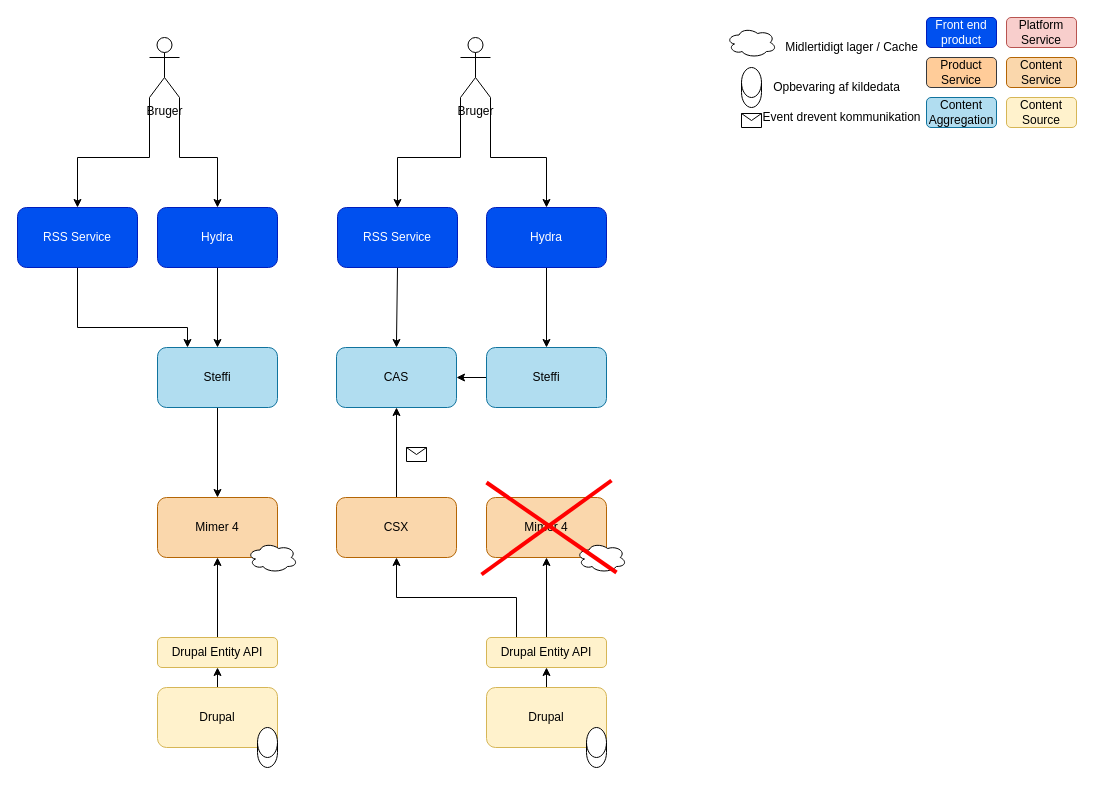
The draw.io diagram draw-io/Mimer4-CAS.drawio in drdkjtop/arkitektur, before the edit. Source tidied: cells renumbered, new cells numbered last; positions are measured from the earlier drawing's top-left corner, leaving out a move shared by most shapes. Both pictures are drawn from the tidied source at 100%, with x=0, y=0 at pixel (17, 17).
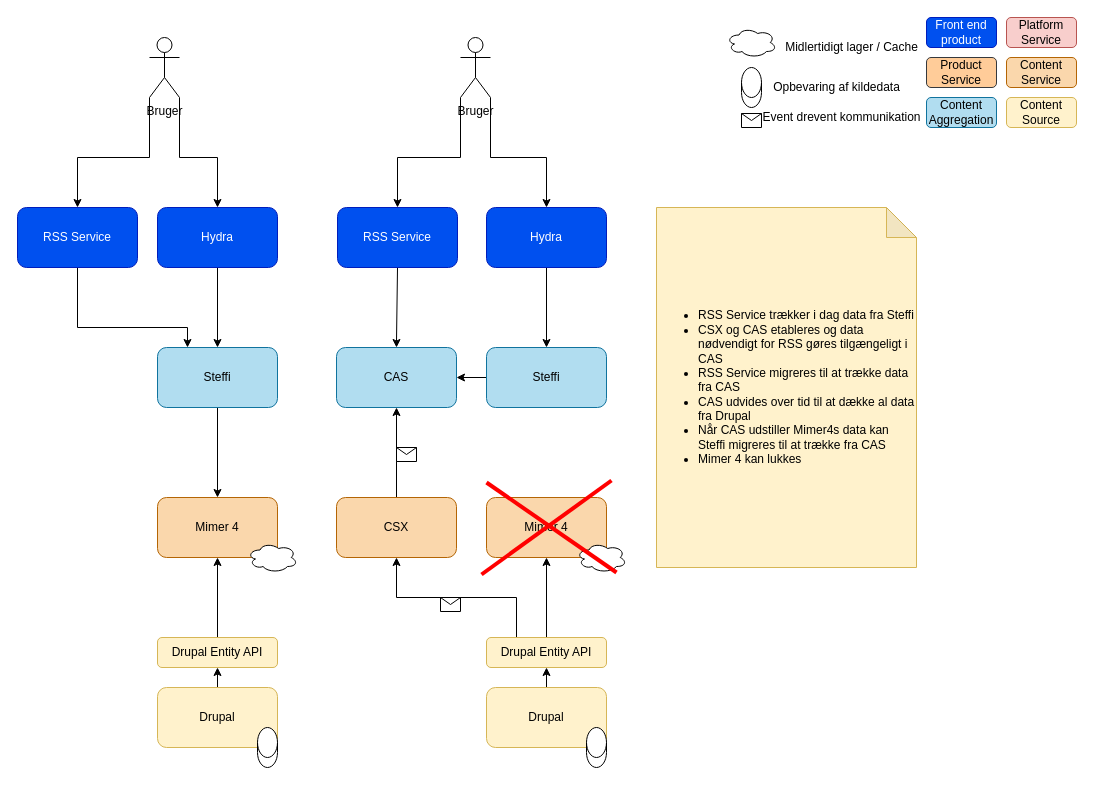
The same diagram, later.

What changed in the source:
```diff
@@
     <mxCell id="50" style="shape=message;html=1;fillColor=default;strokeColor=default;fontColor=default;" parent="1" vertex="1">
-      <mxGeometry x="389" y="430" width="20" height="14" as="geometry" />
+      <mxGeometry x="379" y="430" width="20" height="14" as="geometry" />
     </mxCell>
@@
+    <mxCell id="53" value="&lt;ul&gt;&lt;li&gt;RSS Service trækker i dag data fra Steffi&lt;/li&gt;&lt;li&gt;CSX og CAS etableres og data nødvendigt for RSS gøres tilgængeligt i CAS&lt;/li&gt;&lt;li&gt;RSS Service migreres til at trække data fra CAS&lt;/li&gt;&lt;li&gt;CAS udvides over tid til at dække al data fra Drupal&lt;/li&gt;&lt;li&gt;Når CAS udstiller Mimer4s data kan Steffi migreres til at trække fra CAS&lt;/li&gt;&lt;li&gt;Mimer 4 kan lukkes&lt;/li&gt;&lt;/ul&gt;" style="shape=note;whiteSpace=wrap;html=1;backgroundOutline=1;darkOpacity=0.05;align=left;fillColor=#fff2cc;strokeColor=#d6b656;" parent="1" vertex="1">
+      <mxGeometry x="639" y="190" width="260" height="360" as="geometry" />
+    </mxCell>
+    <mxCell id="54" style="shape=message;html=1;fillColor=default;strokeColor=default;fontColor=default;" parent="1" vertex="1">
+      <mxGeometry x="423" y="580" width="20" height="14" as="geometry" />
+    </mxCell>
```
